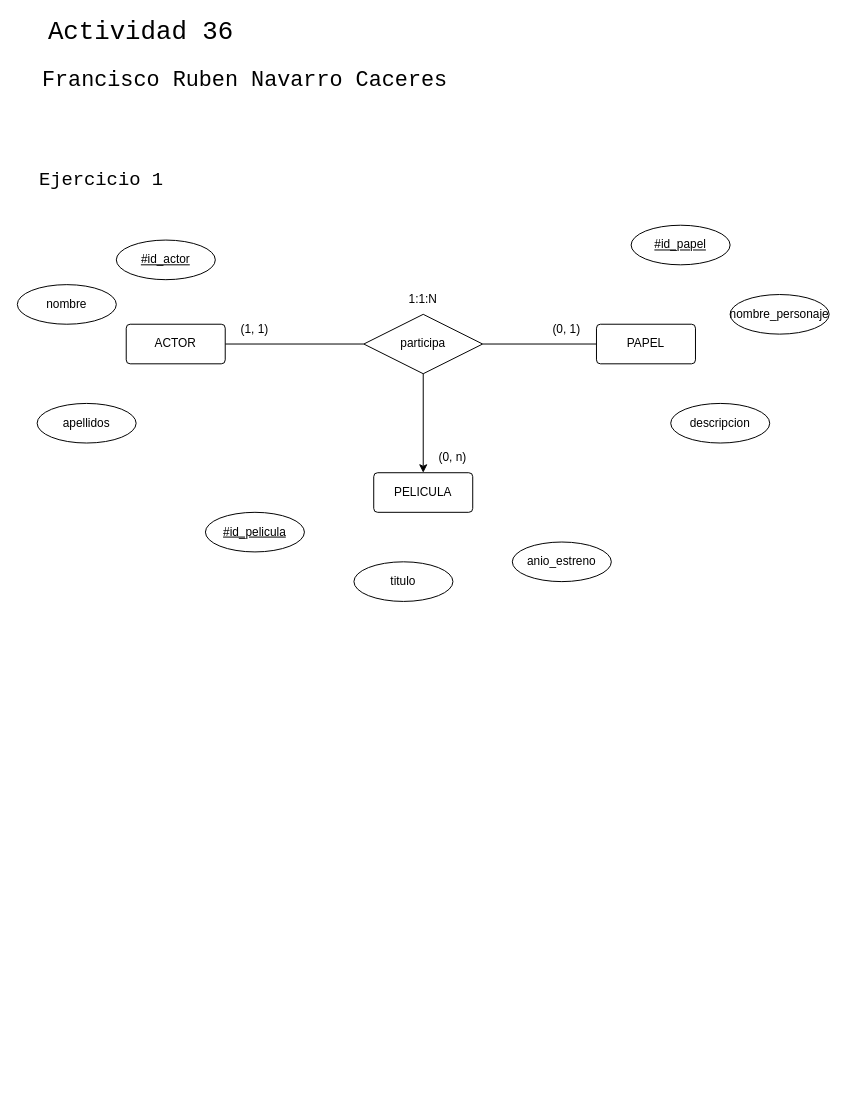
Earlier version of the draw.io diagram tema-03/04-actividades/diagrama_36_07_fnavcac.drawio (fnavcac/base-datos-2627). Source tidied: cells renumbered, new cells numbered last; positions are measured from the earlier drawing's top-left corner, leaving out a move shared by most shapes. Both pictures are drawn from the tidied source at 99%, with x=0, y=0 at pixel (17, 17).
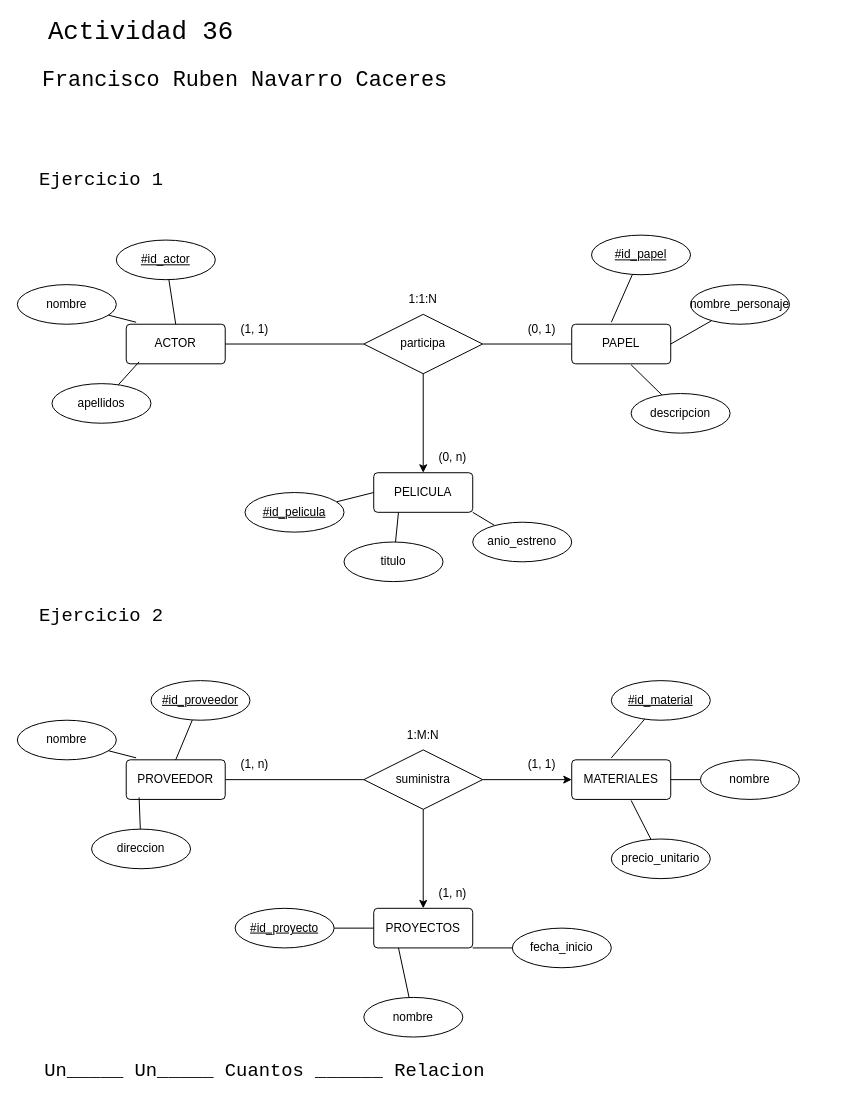
The same diagram, later.

The change refers to these unchanged cells:
```xml
<mxCell id="5" value="ACTOR" style="rounded=1;arcSize=10;whiteSpace=wrap;html=1;align=center;" parent="1" vertex="1">
  <mxGeometry x="110" y="310" width="100" height="40" as="geometry" />
</mxCell>
<mxCell id="14" value="PELICULA" style="rounded=1;arcSize=10;whiteSpace=wrap;html=1;align=center;" parent="1" vertex="1">
  <mxGeometry x="360" y="460" width="100" height="40" as="geometry" />
</mxCell>
<mxCell id="16" value="#id_actor" style="ellipse;whiteSpace=wrap;html=1;align=center;fontStyle=4;" parent="1" vertex="1">
  <mxGeometry x="100" y="225" width="100" height="40" as="geometry" />
</mxCell>
<mxCell id="17" value="nombre" style="ellipse;whiteSpace=wrap;html=1;align=center;" parent="1" vertex="1">
  <mxGeometry y="270" width="100" height="40" as="geometry" />
</mxCell>
```

The edit, as a diff of the source:
```diff
@@
     <mxCell id="7" value="PAPEL" style="rounded=1;arcSize=10;whiteSpace=wrap;html=1;align=center;" parent="1" vertex="1">
-      <mxGeometry x="585" y="310" width="100" height="40" as="geometry" />
+      <mxGeometry x="560" y="310" width="100" height="40" as="geometry" />
     </mxCell>
@@
     <mxCell id="10" value="(0, 1)" style="text;html=1;whiteSpace=wrap;strokeColor=none;fillColor=none;align=center;verticalAlign=middle;rounded=0;" parent="1" vertex="1">
-      <mxGeometry x="525" y="300" width="60" height="30" as="geometry" />
+      <mxGeometry x="500" y="300" width="60" height="30" as="geometry" />
     </mxCell>
@@
+    <mxCell id="25" style="rounded=0;jettySize=auto;html=1;entryX=0.5;entryY=0;entryDx=0;entryDy=0;defaultLabelBackgroundColor=page;endArrow=none;endFill=0;" parent="1" edge="1" source="16" target="5">
+      <mxGeometry relative="1" as="geometry" />
+    </mxCell>
@@
     <mxCell id="18" value="apellidos" style="ellipse;whiteSpace=wrap;html=1;align=center;" parent="1" vertex="1">
-      <mxGeometry x="20" y="390" width="100" height="40" as="geometry" />
+      <mxGeometry x="35" y="370" width="100" height="40" as="geometry" />
     </mxCell>
+    <mxCell id="26" style="rounded=0;jettySize=auto;html=1;entryX=0;entryY=0.5;entryDx=0;entryDy=0;defaultLabelBackgroundColor=page;endArrow=none;endFill=0;" parent="1" edge="1" source="19" target="14">
+      <mxGeometry relative="1" as="geometry" />
+    </mxCell>
     <mxCell id="19" value="#id_pelicula" style="ellipse;whiteSpace=wrap;html=1;align=center;fontStyle=4;" parent="1" vertex="1">
-      <mxGeometry x="190" y="500" width="100" height="40" as="geometry" />
+      <mxGeometry x="230" y="480" width="100" height="40" as="geometry" />
     </mxCell>
+    <mxCell id="27" style="rounded=0;jettySize=auto;html=1;entryX=0.25;entryY=1;entryDx=0;entryDy=0;defaultLabelBackgroundColor=page;endArrow=none;endFill=0;" parent="1" edge="1" source="20" target="14">
+      <mxGeometry relative="1" as="geometry" />
+    </mxCell>
     <mxCell id="20" value="titulo" style="ellipse;whiteSpace=wrap;html=1;align=center;" parent="1" vertex="1">
-      <mxGeometry x="340" y="550" width="100" height="40" as="geometry" />
+      <mxGeometry x="330" y="530" width="100" height="40" as="geometry" />
     </mxCell>
+    <mxCell id="28" style="rounded=0;jettySize=auto;html=1;entryX=1;entryY=1;entryDx=0;entryDy=0;defaultLabelBackgroundColor=page;endArrow=none;endFill=0;" parent="1" edge="1" source="21" target="14">
+      <mxGeometry relative="1" as="geometry" />
+    </mxCell>
     <mxCell id="21" value="anio_estreno" style="ellipse;whiteSpace=wrap;html=1;align=center;" parent="1" vertex="1">
-      <mxGeometry x="500" y="530" width="100" height="40" as="geometry" />
+      <mxGeometry x="460" y="510" width="100" height="40" as="geometry" />
     </mxCell>
     <mxCell id="22" value="#id_papel" style="ellipse;whiteSpace=wrap;html=1;align=center;fontStyle=4;" parent="1" vertex="1">
-      <mxGeometry x="620" y="210" width="100" height="40" as="geometry" />
+      <mxGeometry x="580" y="220" width="100" height="40" as="geometry" />
     </mxCell>
+    <mxCell id="29" style="rounded=0;jettySize=auto;html=1;entryX=1;entryY=0.5;entryDx=0;entryDy=0;defaultLabelBackgroundColor=page;endArrow=none;endFill=0;" parent="1" edge="1" source="23" target="7">
+      <mxGeometry relative="1" as="geometry" />
+    </mxCell>
     <mxCell id="23" value="nombre_personaje" style="ellipse;whiteSpace=wrap;html=1;align=center;" parent="1" vertex="1">
-      <mxGeometry x="720" y="280" width="100" height="40" as="geometry" />
+      <mxGeometry x="680" y="270" width="100" height="40" as="geometry" />
     </mxCell>
     <mxCell id="24" value="descripcion" style="ellipse;whiteSpace=wrap;html=1;align=center;" parent="1" vertex="1">
-      <mxGeometry x="660" y="390" width="100" height="40" as="geometry" />
+      <mxGeometry x="620" y="380" width="100" height="40" as="geometry" />
     </mxCell>
+    <mxCell id="30" style="rounded=0;jettySize=auto;html=1;entryX=0.1;entryY=-0.05;entryDx=0;entryDy=0;entryPerimeter=0;defaultLabelBackgroundColor=page;endArrow=none;endFill=0;" parent="1" edge="1" source="17" target="5">
+      <mxGeometry relative="1" as="geometry" />
+    </mxCell>
+    <mxCell id="31" style="rounded=0;jettySize=auto;html=1;entryX=0.13;entryY=0.95;entryDx=0;entryDy=0;entryPerimeter=0;defaultLabelBackgroundColor=page;endArrow=none;endFill=0;" parent="1" edge="1" source="18" target="5">
+      <mxGeometry relative="1" as="geometry" />
+    </mxCell>
+    <mxCell id="32" style="rounded=0;jettySize=auto;html=1;entryX=0.4;entryY=-0.05;entryDx=0;entryDy=0;entryPerimeter=0;defaultLabelBackgroundColor=page;endArrow=none;endFill=0;" parent="1" edge="1" source="22" target="7">
+      <mxGeometry relative="1" as="geometry" />
+    </mxCell>
+    <mxCell id="33" style="rounded=0;jettySize=auto;html=1;entryX=0.6;entryY=1.025;entryDx=0;entryDy=0;entryPerimeter=0;defaultLabelBackgroundColor=page;endArrow=none;endFill=0;" parent="1" edge="1" source="24" target="7">
+      <mxGeometry relative="1" as="geometry" />
+    </mxCell>
+    <mxCell id="34" value="&lt;font face=&quot;Courier New&quot; style=&quot;font-size: 19px;&quot;&gt;Ejercicio 2&lt;/font&gt;" style="text;html=1;whiteSpace=wrap;strokeColor=none;fillColor=none;align=center;verticalAlign=middle;rounded=0;" parent="1" vertex="1">
+      <mxGeometry x="20" y="590" width="130" height="30" as="geometry" />
+    </mxCell>
+    <mxCell id="35" style="rounded=0;jettySize=auto;html=1;entryX=0;entryY=0.5;entryDx=0;entryDy=0;defaultLabelBackgroundColor=page;endArrow=none;endFill=0;startArrow=none;startFill=0;" parent="1" edge="1" source="36" target="39">
+      <mxGeometry relative="1" as="geometry" />
+    </mxCell>
+    <mxCell id="36" value="PROVEEDOR" style="rounded=1;arcSize=10;whiteSpace=wrap;html=1;align=center;" parent="1" vertex="1">
+      <mxGeometry x="110" y="750" width="100" height="40" as="geometry" />
+    </mxCell>
+    <mxCell id="37" style="rounded=0;jettySize=auto;html=1;entryX=1;entryY=0.5;entryDx=0;entryDy=0;defaultLabelBackgroundColor=page;endArrow=none;endFill=0;startArrow=classic;startFill=1;" parent="1" edge="1" source="38" target="39">
+      <mxGeometry relative="1" as="geometry" />
+    </mxCell>
+    <mxCell id="38" value="MATERIALES" style="rounded=1;arcSize=10;whiteSpace=wrap;html=1;align=center;" parent="1" vertex="1">
+      <mxGeometry x="560" y="750" width="100" height="40" as="geometry" />
+    </mxCell>
+    <mxCell id="39" value="suministra" style="shape=rhombus;perimeter=rhombusPerimeter;whiteSpace=wrap;html=1;align=center;" parent="1" vertex="1">
+      <mxGeometry x="350" y="740" width="120" height="60" as="geometry" />
+    </mxCell>
+    <mxCell id="40" value="(1, 1)" style="text;html=1;whiteSpace=wrap;strokeColor=none;fillColor=none;align=center;verticalAlign=middle;rounded=0;" parent="1" vertex="1">
+      <mxGeometry x="500" y="740" width="60" height="30" as="geometry" />
+    </mxCell>
+    <mxCell id="41" value="(1, n)" style="text;html=1;whiteSpace=wrap;strokeColor=none;fillColor=none;align=center;verticalAlign=middle;rounded=0;" parent="1" vertex="1">
+      <mxGeometry x="210" y="740" width="60" height="30" as="geometry" />
+    </mxCell>
+    <mxCell id="42" value="1:M:N" style="text;html=1;whiteSpace=wrap;strokeColor=none;fillColor=none;align=center;verticalAlign=middle;rounded=0;" parent="1" vertex="1">
+      <mxGeometry x="380" y="710" width="60" height="30" as="geometry" />
+    </mxCell>
+    <mxCell id="43" style="rounded=0;jettySize=auto;html=1;defaultLabelBackgroundColor=page;endArrow=none;endFill=0;startArrow=classic;startFill=1;" parent="1" edge="1" source="44" target="39">
+      <mxGeometry relative="1" as="geometry" />
+    </mxCell>
+    <mxCell id="44" value="PROYECTOS" style="rounded=1;arcSize=10;whiteSpace=wrap;html=1;align=center;" parent="1" vertex="1">
+      <mxGeometry x="360" y="900" width="100" height="40" as="geometry" />
+    </mxCell>
+    <mxCell id="45" value="(1, n)" style="text;html=1;whiteSpace=wrap;strokeColor=none;fillColor=none;align=center;verticalAlign=middle;rounded=0;" parent="1" vertex="1">
+      <mxGeometry x="410" y="870" width="60" height="30" as="geometry" />
+    </mxCell>
+    <mxCell id="46" style="rounded=0;jettySize=auto;html=1;entryX=0.5;entryY=0;entryDx=0;entryDy=0;defaultLabelBackgroundColor=page;endArrow=none;endFill=0;" parent="1" edge="1" source="47" target="36">
+      <mxGeometry relative="1" as="geometry" />
+    </mxCell>
+    <mxCell id="47" value="#id_proveedor" style="ellipse;whiteSpace=wrap;html=1;align=center;fontStyle=4;" parent="1" vertex="1">
+      <mxGeometry x="135" y="670" width="100" height="40" as="geometry" />
+    </mxCell>
+    <mxCell id="48" value="nombre" style="ellipse;whiteSpace=wrap;html=1;align=center;" parent="1" vertex="1">
+      <mxGeometry y="710" width="100" height="40" as="geometry" />
+    </mxCell>
+    <mxCell id="49" value="direccion" style="ellipse;whiteSpace=wrap;html=1;align=center;" parent="1" vertex="1">
+      <mxGeometry x="75" y="820" width="100" height="40" as="geometry" />
+    </mxCell>
+    <mxCell id="50" style="rounded=0;jettySize=auto;html=1;entryX=0;entryY=0.5;entryDx=0;entryDy=0;defaultLabelBackgroundColor=page;endArrow=none;endFill=0;" parent="1" edge="1" source="51" target="44">
+      <mxGeometry relative="1" as="geometry" />
+    </mxCell>
+    <mxCell id="51" value="#id_proyecto" style="ellipse;whiteSpace=wrap;html=1;align=center;fontStyle=4;" parent="1" vertex="1">
+      <mxGeometry x="220" y="900" width="100" height="40" as="geometry" />
+    </mxCell>
+    <mxCell id="52" style="rounded=0;jettySize=auto;html=1;entryX=0.25;entryY=1;entryDx=0;entryDy=0;defaultLabelBackgroundColor=page;endArrow=none;endFill=0;" parent="1" edge="1" source="53" target="44">
+      <mxGeometry relative="1" as="geometry" />
+    </mxCell>
+    <mxCell id="53" value="nombre" style="ellipse;whiteSpace=wrap;html=1;align=center;" parent="1" vertex="1">
+      <mxGeometry x="350" y="990" width="100" height="40" as="geometry" />
+    </mxCell>
+    <mxCell id="54" style="rounded=0;jettySize=auto;html=1;entryX=1;entryY=1;entryDx=0;entryDy=0;defaultLabelBackgroundColor=page;endArrow=none;endFill=0;" parent="1" edge="1" source="55" target="44">
+      <mxGeometry relative="1" as="geometry" />
+    </mxCell>
+    <mxCell id="55" value="fecha_inicio" style="ellipse;whiteSpace=wrap;html=1;align=center;" parent="1" vertex="1">
+      <mxGeometry x="500" y="920" width="100" height="40" as="geometry" />
+    </mxCell>
+    <mxCell id="56" value="#id_material" style="ellipse;whiteSpace=wrap;html=1;align=center;fontStyle=4;" parent="1" vertex="1">
+      <mxGeometry x="600" y="670" width="100" height="40" as="geometry" />
+    </mxCell>
+    <mxCell id="57" style="rounded=0;jettySize=auto;html=1;entryX=1;entryY=0.5;entryDx=0;entryDy=0;defaultLabelBackgroundColor=page;endArrow=none;endFill=0;" parent="1" edge="1" source="58" target="38">
+      <mxGeometry relative="1" as="geometry" />
+    </mxCell>
+    <mxCell id="58" value="nombre" style="ellipse;whiteSpace=wrap;html=1;align=center;" parent="1" vertex="1">
+      <mxGeometry x="690" y="750" width="100" height="40" as="geometry" />
+    </mxCell>
+    <mxCell id="59" value="precio_unitario" style="ellipse;whiteSpace=wrap;html=1;align=center;" parent="1" vertex="1">
+      <mxGeometry x="600" y="830" width="100" height="40" as="geometry" />
+    </mxCell>
+    <mxCell id="60" style="rounded=0;jettySize=auto;html=1;entryX=0.1;entryY=-0.05;entryDx=0;entryDy=0;entryPerimeter=0;defaultLabelBackgroundColor=page;endArrow=none;endFill=0;" parent="1" edge="1" source="48" target="36">
+      <mxGeometry relative="1" as="geometry" />
+    </mxCell>
+    <mxCell id="61" style="rounded=0;jettySize=auto;html=1;entryX=0.13;entryY=0.95;entryDx=0;entryDy=0;entryPerimeter=0;defaultLabelBackgroundColor=page;endArrow=none;endFill=0;" parent="1" edge="1" source="49" target="36">
+      <mxGeometry relative="1" as="geometry" />
+    </mxCell>
+    <mxCell id="62" style="rounded=0;jettySize=auto;html=1;entryX=0.4;entryY=-0.05;entryDx=0;entryDy=0;entryPerimeter=0;defaultLabelBackgroundColor=page;endArrow=none;endFill=0;" parent="1" edge="1" source="56" target="38">
+      <mxGeometry relative="1" as="geometry" />
+    </mxCell>
+    <mxCell id="63" style="rounded=0;jettySize=auto;html=1;entryX=0.6;entryY=1.025;entryDx=0;entryDy=0;entryPerimeter=0;defaultLabelBackgroundColor=page;endArrow=none;endFill=0;" parent="1" edge="1" source="59" target="38">
+      <mxGeometry relative="1" as="geometry" />
+    </mxCell>
+    <mxCell id="64" value="&lt;font face=&quot;Courier New&quot; style=&quot;font-size: 19px;&quot;&gt;Un_____ Un_____ Cuantos ______ Relacion&lt;/font&gt;" style="text;html=1;whiteSpace=wrap;strokeColor=none;fillColor=none;align=center;verticalAlign=middle;rounded=0;" parent="1" vertex="1">
+      <mxGeometry x="20" y="1050" width="460" height="30" as="geometry" />
+    </mxCell>
```
